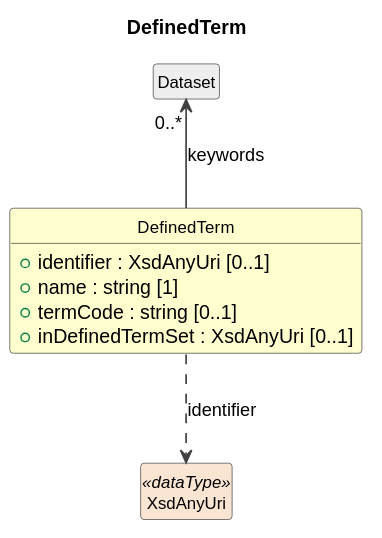
Above: build/plantuml/cdifCore/Classes/DefinedTerm.svg in Cross-Domain-Interoperability-Framework/metadataBuildingBlocks (PlantUML), before the change.
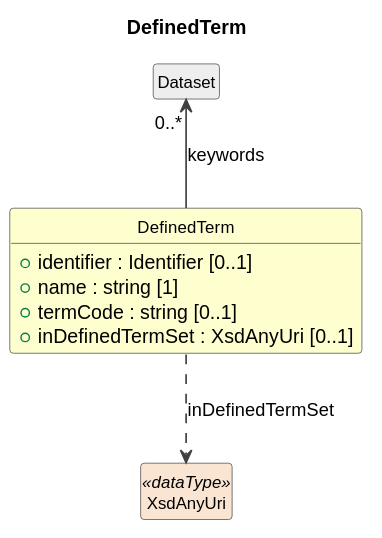
The same file after the commit.

The edit, as a diff of the source:
```diff
@@ -11,7 +11,7 @@
 }
 
 class "DefinedTerm" as DefinedTerm #FEFECE {
-  +identifier : XsdAnyUri [0..1]
+  +identifier : Identifier [0..1]
   +name : string [1]
   +termCode : string [0..1]
   +inDefinedTermSet : XsdAnyUri [0..1]
@@ -19,5 +19,5 @@
 class "Dataset" as Dataset #EEEEEE
 Dataset "0..*" <-- DefinedTerm : keywords
 class "XsdAnyUri" as XsdAnyUri <<dataType>> #FAE5D3
-DefinedTerm ..> XsdAnyUri : identifier
+DefinedTerm ..> XsdAnyUri : inDefinedTermSet
 @enduml
```
